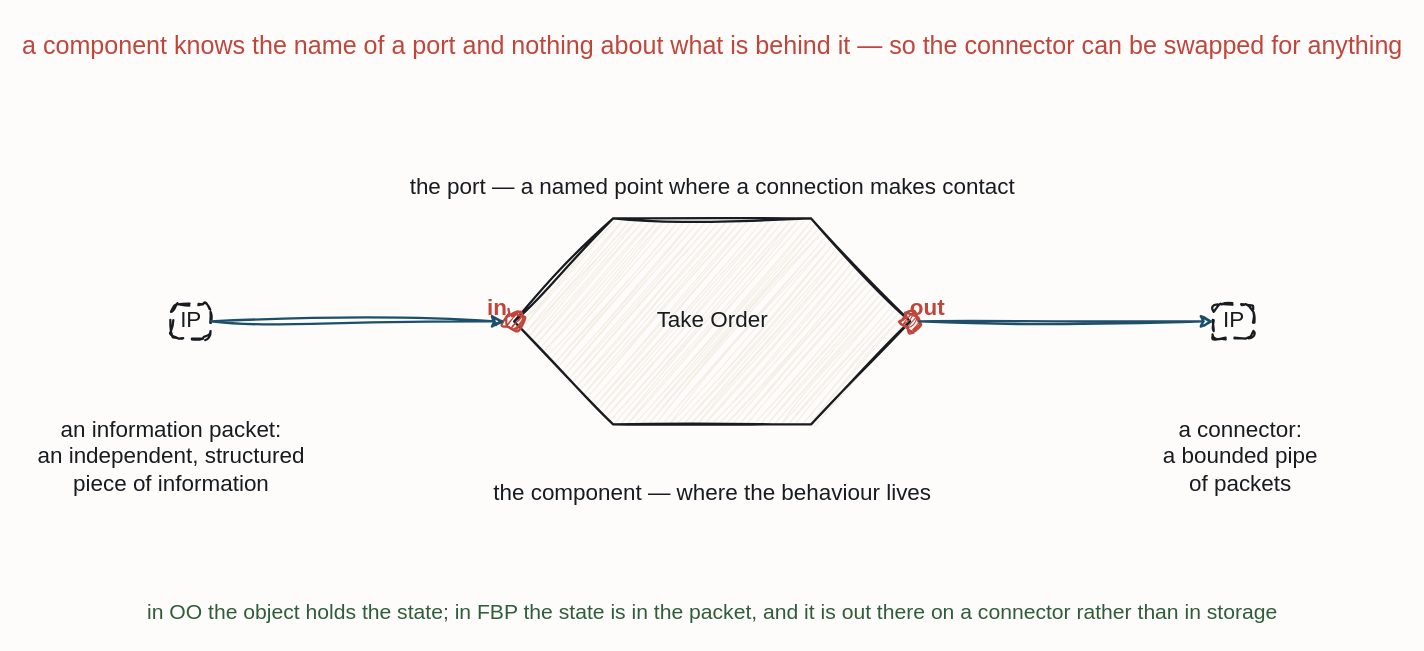
iancooper/practical-messaging keeps this draw.io diagram as resources/flow-fbp-component.drawio. Above is the earlier version. Source tidied: cells renumbered, new cells numbered last; positions are measured from the earlier drawing's top-left corner, leaving out a move shared by most shapes. Both pictures are drawn from the tidied source at 132%, with x=0, y=0 at pixel (91, 22).
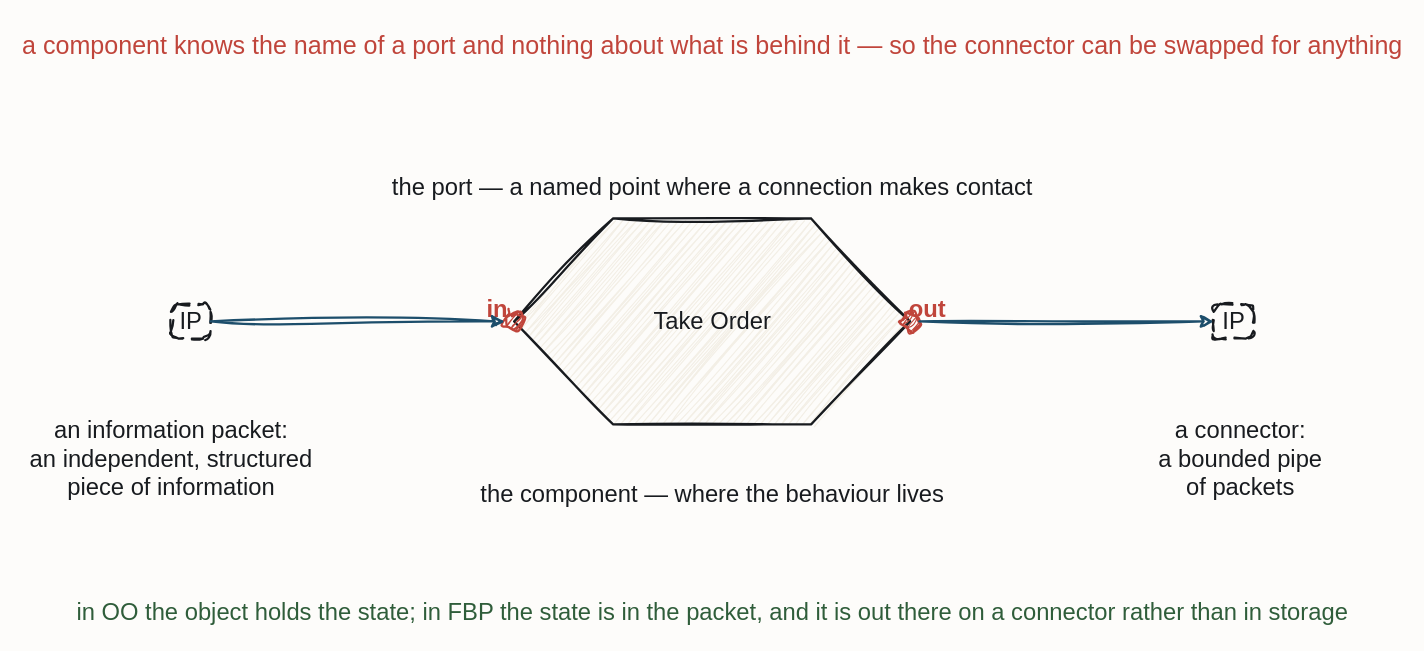
Above is the later version.

Diff of the diagram source:
```diff
@@
 <mxGraphModel background="#FDFCFA">
   <root>
     <mxCell id="0" />
     <mxCell id="1" parent="0" />
     <mxCell id="2" value="a component knows the name of a port and nothing about what is behind it — so the connector can be swapped for anything" style="text;html=1;align=center;fontFamily=Caveat;fontSize=19;fontColor=#C0453B;" parent="1" vertex="1">
       <mxGeometry x="410" width="120" height="20" as="geometry" />
     </mxCell>
-    <mxCell id="3" value="Take Order" style="sketch=1;hachureGap=4;jiggle=2;curveFitting=1;fontFamily=Caveat;html=1;shape=hexagon;perimeter=hexagonPerimeter2;strokeColor=#181B1F;strokeWidth=1.7;fillColor=#F3EFE6;fontColor=#181B1F;fontSize=17;" parent="1" vertex="1">
+    <mxCell id="3" value="Take Order" style="sketch=1;hachureGap=4;jiggle=2;curveFitting=1;fontFamily=Caveat;html=1;shape=hexagon;perimeter=hexagonPerimeter2;strokeColor=#181B1F;strokeWidth=1.7;fillColor=#F3EFE6;fontColor=#181B1F;fontSize=18;" parent="1" vertex="1">
       <mxGeometry x="320" y="148" width="300" height="156" as="geometry" />
     </mxCell>
     <mxCell id="4" style="sketch=1;hachureGap=4;jiggle=2;curveFitting=1;fontFamily=Caveat;html=1;ellipse;verticalLabelPosition=bottom;verticalAlign=top;strokeColor=#C0453B;strokeWidth=1.7;fillColor=#C0453B;fontColor=#C0453B;fontSize=14;" parent="1" vertex="1">
       <mxGeometry x="313" y="219" width="14" height="14" as="geometry" />
     </mxCell>
-    <mxCell id="5" value="in" style="text;html=1;align=center;fontFamily=Caveat;fontSize=17;fontColor=#C0453B;fontStyle=1;" parent="1" vertex="1">
+    <mxCell id="5" value="in" style="text;html=1;align=center;fontFamily=Caveat;fontSize=18;fontColor=#C0453B;fontStyle=1;" parent="1" vertex="1">
       <mxGeometry x="247" y="200" width="120" height="20" as="geometry" />
     </mxCell>
     <mxCell id="6" style="sketch=1;hachureGap=4;jiggle=2;curveFitting=1;fontFamily=Caveat;html=1;ellipse;verticalLabelPosition=bottom;verticalAlign=top;strokeColor=#C0453B;strokeWidth=1.7;fillColor=#C0453B;fontColor=#C0453B;fontSize=14;" parent="1" vertex="1">
       <mxGeometry x="613" y="219" width="14" height="14" as="geometry" />
     </mxCell>
-    <mxCell id="7" value="out" style="text;html=1;align=center;fontFamily=Caveat;fontSize=17;fontColor=#C0453B;fontStyle=1;" parent="1" vertex="1">
+    <mxCell id="7" value="out" style="text;html=1;align=center;fontFamily=Caveat;fontSize=18;fontColor=#C0453B;fontStyle=1;" parent="1" vertex="1">
       <mxGeometry x="573" y="200" width="120" height="20" as="geometry" />
     </mxCell>
-    <mxCell id="8" value="IP" style="sketch=1;hachureGap=4;jiggle=2;curveFitting=1;fontFamily=Caveat;html=1;rounded=1;arcSize=22;dashed=1;dashPattern=5 4;strokeColor=#181B1F;strokeWidth=1.7;fillColor=#FDFCFA;fontColor=#181B1F;fontSize=17;" parent="1" vertex="1">
+    <mxCell id="8" value="IP" style="sketch=1;hachureGap=4;jiggle=2;curveFitting=1;fontFamily=Caveat;html=1;rounded=1;arcSize=22;dashed=1;dashPattern=5 4;strokeColor=#181B1F;strokeWidth=1.7;fillColor=#FDFCFA;fontColor=#181B1F;fontSize=18;" parent="1" vertex="1">
       <mxGeometry x="60" y="213" width="30" height="26" as="geometry" />
     </mxCell>
-    <mxCell id="9" value="IP" style="sketch=1;hachureGap=4;jiggle=2;curveFitting=1;fontFamily=Caveat;html=1;rounded=1;arcSize=22;dashed=1;dashPattern=5 4;strokeColor=#181B1F;strokeWidth=1.7;fillColor=#FDFCFA;fontColor=#181B1F;fontSize=17;" parent="1" vertex="1">
+    <mxCell id="9" value="IP" style="sketch=1;hachureGap=4;jiggle=2;curveFitting=1;fontFamily=Caveat;html=1;rounded=1;arcSize=22;dashed=1;dashPattern=5 4;strokeColor=#181B1F;strokeWidth=1.7;fillColor=#FDFCFA;fontColor=#181B1F;fontSize=18;" parent="1" vertex="1">
       <mxGeometry x="850" y="213" width="30" height="26" as="geometry" />
     </mxCell>
-    <mxCell id="10" value="the component — where the behaviour lives" style="text;html=1;align=center;fontFamily=Caveat;fontSize=17;fontColor=#181B1F;" parent="1" vertex="1">
+    <mxCell id="10" value="the component — where the behaviour lives" style="text;html=1;align=center;fontFamily=Caveat;fontSize=18;fontColor=#181B1F;" parent="1" vertex="1">
       <mxGeometry x="410" y="340" width="120" height="20" as="geometry" />
     </mxCell>
-    <mxCell id="11" value="an information packet:&#10;an independent, structured&#10;piece of information" style="text;html=1;align=center;fontFamily=Caveat;fontSize=17;fontColor=#181B1F;" parent="1" vertex="1">
+    <mxCell id="11" value="an information packet:&#10;an independent, structured&#10;piece of information" style="text;html=1;align=center;fontFamily=Caveat;fontSize=18;fontColor=#181B1F;" parent="1" vertex="1">
       <mxGeometry y="292" width="120" height="20" as="geometry" />
     </mxCell>
-    <mxCell id="12" value="a connector:&#10;a bounded pipe&#10;of packets" style="text;html=1;align=center;fontFamily=Caveat;fontSize=17;fontColor=#181B1F;" parent="1" vertex="1">
+    <mxCell id="12" value="a connector:&#10;a bounded pipe&#10;of packets" style="text;html=1;align=center;fontFamily=Caveat;fontSize=18;fontColor=#181B1F;" parent="1" vertex="1">
       <mxGeometry x="810" y="292" width="120" height="20" as="geometry" />
     </mxCell>
-    <mxCell id="13" value="the port — a named point where a connection makes contact" style="text;html=1;align=center;fontFamily=Caveat;fontSize=17;fontColor=#181B1F;" parent="1" vertex="1">
+    <mxCell id="13" value="the port — a named point where a connection makes contact" style="text;html=1;align=center;fontFamily=Caveat;fontSize=18;fontColor=#181B1F;" parent="1" vertex="1">
       <mxGeometry x="410" y="108" width="120" height="20" as="geometry" />
     </mxCell>
-    <mxCell id="14" value="in OO the object holds the state; in FBP the state is in the packet, and it is out there on a connector rather than in storage" style="text;html=1;align=center;fontFamily=Caveat;fontSize=16;fontColor=#2F5D3A;" parent="1" vertex="1">
+    <mxCell id="14" value="in OO the object holds the state; in FBP the state is in the packet, and it is out there on a connector rather than in storage" style="text;html=1;align=center;fontFamily=Caveat;fontSize=18;fontColor=#2F5D3A;" parent="1" vertex="1">
       <mxGeometry x="410" y="430" width="120" height="20" as="geometry" />
     </mxCell>
-    <mxCell id="15" style="sketch=1;jiggle=2;curveFitting=1;edgeStyle=none;rounded=0;strokeColor=#1D4E6B;strokeWidth=1.8;fontFamily=Caveat;fontSize=17;fontColor=#1D4E6B;html=1;exitX=1.0;exitY=0.5;exitDx=0;exitDy=0;entryX=0.0;entryY=0.5;entryDx=0;entryDy=0;" parent="1" edge="1" source="8" target="4">
+    <mxCell id="15" style="sketch=1;jiggle=2;curveFitting=1;edgeStyle=none;rounded=0;strokeColor=#1D4E6B;strokeWidth=1.8;fontFamily=Caveat;fontSize=18;fontColor=#1D4E6B;html=1;exitX=1.0;exitY=0.5;exitDx=0;exitDy=0;entryX=0.0;entryY=0.5;entryDx=0;entryDy=0;" parent="1" edge="1" source="8" target="4">
       <mxGeometry relative="1" as="geometry" />
     </mxCell>
-    <mxCell id="16" style="sketch=1;jiggle=2;curveFitting=1;edgeStyle=none;rounded=0;strokeColor=#1D4E6B;strokeWidth=1.8;fontFamily=Caveat;fontSize=17;fontColor=#1D4E6B;html=1;exitX=1.0;exitY=0.5;exitDx=0;exitDy=0;entryX=0.0;entryY=0.5;entryDx=0;entryDy=0;" parent="1" edge="1" source="6" target="9">
+    <mxCell id="16" style="sketch=1;jiggle=2;curveFitting=1;edgeStyle=none;rounded=0;strokeColor=#1D4E6B;strokeWidth=1.8;fontFamily=Caveat;fontSize=18;fontColor=#1D4E6B;html=1;exitX=1.0;exitY=0.5;exitDx=0;exitDy=0;entryX=0.0;entryY=0.5;entryDx=0;entryDy=0;" parent="1" edge="1" source="6" target="9">
       <mxGeometry relative="1" as="geometry" />
     </mxCell>
   </root>
 </mxGraphModel>
```
